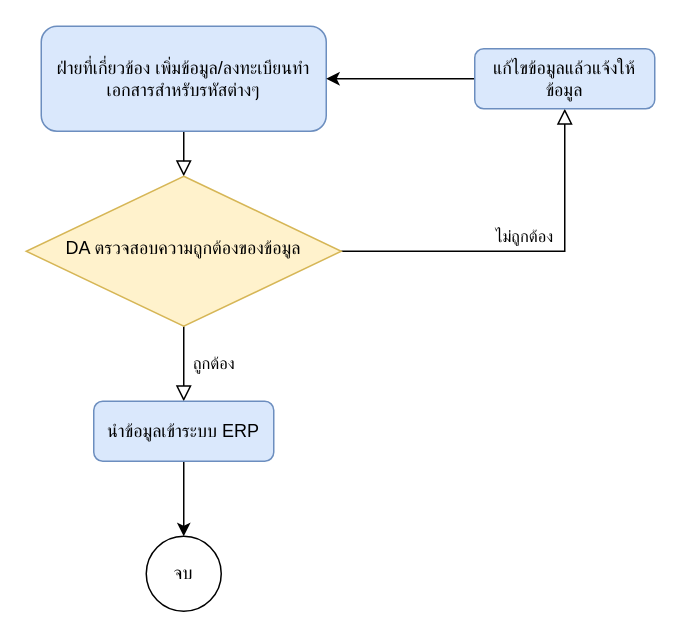
KitakanWiset/skills-introduction-to-github keeps this draw.io diagram as MasterFlow.drawio. Above is the earlier version. Source tidied: cells renumbered, new cells numbered last; positions are measured from the earlier drawing's top-left corner, leaving out a move shared by most shapes. Both pictures are drawn from the tidied source at 150%, with x=0, y=0 at pixel (26, 26).
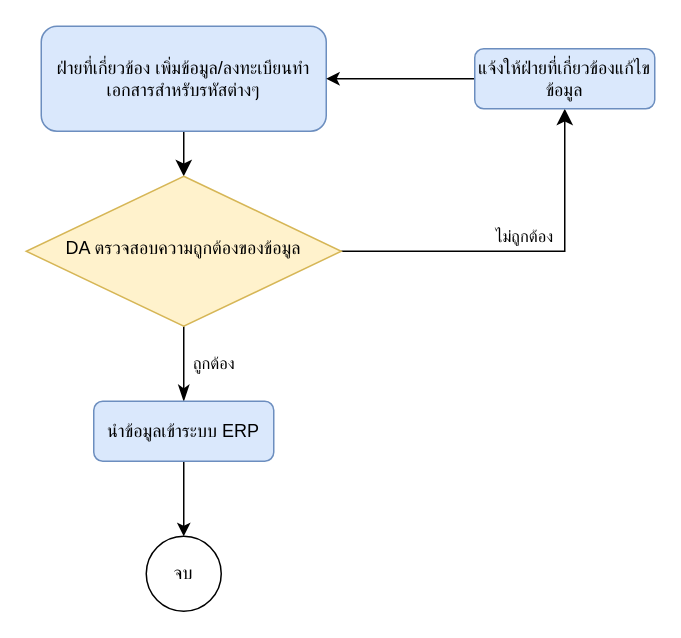
The same diagram, later.

The edit, as a diff of the source:
```diff
@@
 <mxGraphModel>
   <root>
     <mxCell id="0" />
     <mxCell id="1" parent="0" />
-    <mxCell id="2" style="rounded=0;html=1;jettySize=auto;fontSize=11;endArrow=block;endFill=0;endSize=8;strokeWidth=1;shadow=0;labelBackgroundColor=none;edgeStyle=orthogonalEdgeStyle;" parent="1" edge="1" source="3" target="6">
+    <mxCell id="2" style="rounded=0;html=1;jettySize=auto;fontSize=11;endArrow=classic;endFill=1;endSize=8;strokeWidth=1;shadow=0;labelBackgroundColor=none;edgeStyle=orthogonalEdgeStyle;" parent="1" edge="1" source="3" target="6">
       <mxGeometry relative="1" as="geometry" />
     </mxCell>
     <mxCell id="3" value="ฝ่ายที่เกี่ยวข้อง เพิ่มข้อมูล/ลงทะเบียนทำเอกสารสำหรับรหัสต่างๆ" style="rounded=1;whiteSpace=wrap;html=1;fontSize=12;glass=0;strokeWidth=1;shadow=0;fillColor=#dae8fc;strokeColor=#6c8ebf;" parent="1" vertex="1">
       <mxGeometry x="10" width="190" height="70" as="geometry" />
     </mxCell>
-    <mxCell id="4" value="ถูกต้อง" style="rounded=0;html=1;jettySize=auto;fontSize=11;endArrow=block;endFill=0;endSize=8;strokeWidth=1;shadow=0;labelBackgroundColor=none;edgeStyle=orthogonalEdgeStyle;entryX=0.5;entryY=0;entryDx=0;entryDy=0;" parent="1" edge="1" source="6" target="10">
+    <mxCell id="4" value="ถูกต้อง" style="rounded=0;html=1;jettySize=auto;fontSize=11;endArrow=classicThin;endFill=1;endSize=8;strokeWidth=1;shadow=0;labelBackgroundColor=none;edgeStyle=orthogonalEdgeStyle;entryX=0.5;entryY=0;entryDx=0;entryDy=0;" parent="1" edge="1" source="6" target="10">
       <mxGeometry y="20" relative="1" as="geometry" />
     </mxCell>
-    <mxCell id="5" value="ไม่ถูกต้อง" style="edgeStyle=orthogonalEdgeStyle;rounded=0;html=1;jettySize=auto;fontSize=11;endArrow=block;endFill=0;endSize=8;strokeWidth=1;shadow=0;labelBackgroundColor=none;" parent="1" edge="1" source="6" target="8">
+    <mxCell id="5" value="ไม่ถูกต้อง" style="edgeStyle=orthogonalEdgeStyle;rounded=0;html=1;jettySize=auto;fontSize=11;endArrow=classic;endFill=1;endSize=8;strokeWidth=1;shadow=0;labelBackgroundColor=none;" parent="1" edge="1" source="6" target="8">
       <mxGeometry y="10" relative="1" as="geometry" />
     </mxCell>
     <mxCell id="6" value="DA ตรวจสอบความถูกต้องของข้อมูล" style="rhombus;whiteSpace=wrap;html=1;shadow=0;fontFamily=Helvetica;fontSize=12;align=center;strokeWidth=1;spacing=6;spacingTop=-4;fillColor=#fff2cc;strokeColor=#d6b656;" parent="1" vertex="1">
       <mxGeometry y="100" width="210" height="100" as="geometry" />
     </mxCell>
-    <mxCell id="7" style="edgeStyle=orthogonalEdgeStyle;rounded=0;jettySize=auto;html=1;entryX=1;entryY=0.5;entryDx=0;entryDy=0;" parent="1" edge="1" source="8" target="3">
+    <mxCell id="7" style="edgeStyle=orthogonalEdgeStyle;rounded=0;jettySize=auto;html=1;" parent="1" edge="1" source="8" target="3">
       <mxGeometry relative="1" as="geometry" />
     </mxCell>
-    <mxCell id="8" value="แก้ไขข้อมูลแล้วแจ้งให้ข้อมูล" style="rounded=1;whiteSpace=wrap;html=1;fontSize=12;glass=0;strokeWidth=1;shadow=0;fillColor=#dae8fc;strokeColor=#6c8ebf;" parent="1" vertex="1">
+    <mxCell id="8" value="แจ้งให้ฝ่ายที่เกี่ยวข้องแก้ไขข้อมูล" style="rounded=1;whiteSpace=wrap;html=1;fontSize=12;glass=0;strokeWidth=1;shadow=0;fillColor=#dae8fc;strokeColor=#6c8ebf;" parent="1" vertex="1">
       <mxGeometry x="299" y="15" width="120" height="40" as="geometry" />
     </mxCell>
     <mxCell id="9" style="edgeStyle=orthogonalEdgeStyle;rounded=0;jettySize=auto;html=1;" parent="1" edge="1" source="10" target="11">
       <mxGeometry relative="1" as="geometry" />
     </mxCell>
     <mxCell id="10" value="นำข้อมูลเข้าระบบ ERP" style="rounded=1;whiteSpace=wrap;html=1;fontSize=12;glass=0;strokeWidth=1;shadow=0;fillColor=#dae8fc;strokeColor=#6c8ebf;" parent="1" vertex="1">
       <mxGeometry x="45" y="250" width="120" height="40" as="geometry" />
     </mxCell>
     <mxCell id="11" value="จบ" style="ellipse;whiteSpace=wrap;html=1;" parent="1" vertex="1">
       <mxGeometry x="80" y="340" width="50" height="50" as="geometry" />
     </mxCell>
   </root>
 </mxGraphModel>
```
